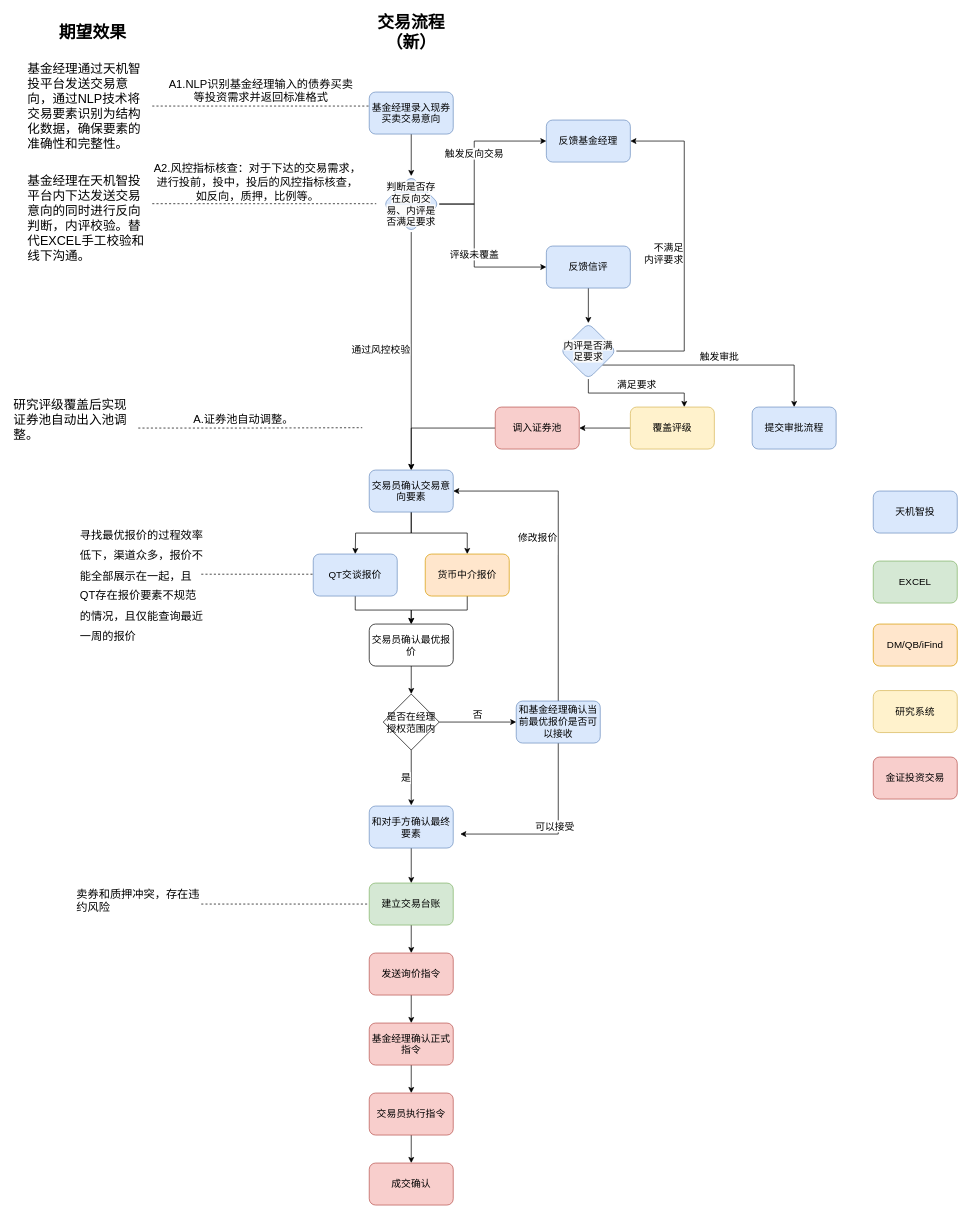
Earlier version of the draw.io diagram 现券交易流程图（新）.drawio (steven-turing/draw). Source tidied: cells renumbered, new cells numbered last; positions are measured from the earlier drawing's top-left corner, leaving out a move shared by most shapes. Both pictures are drawn from the tidied source at 70%, with x=0, y=0 at pixel (12, 22).
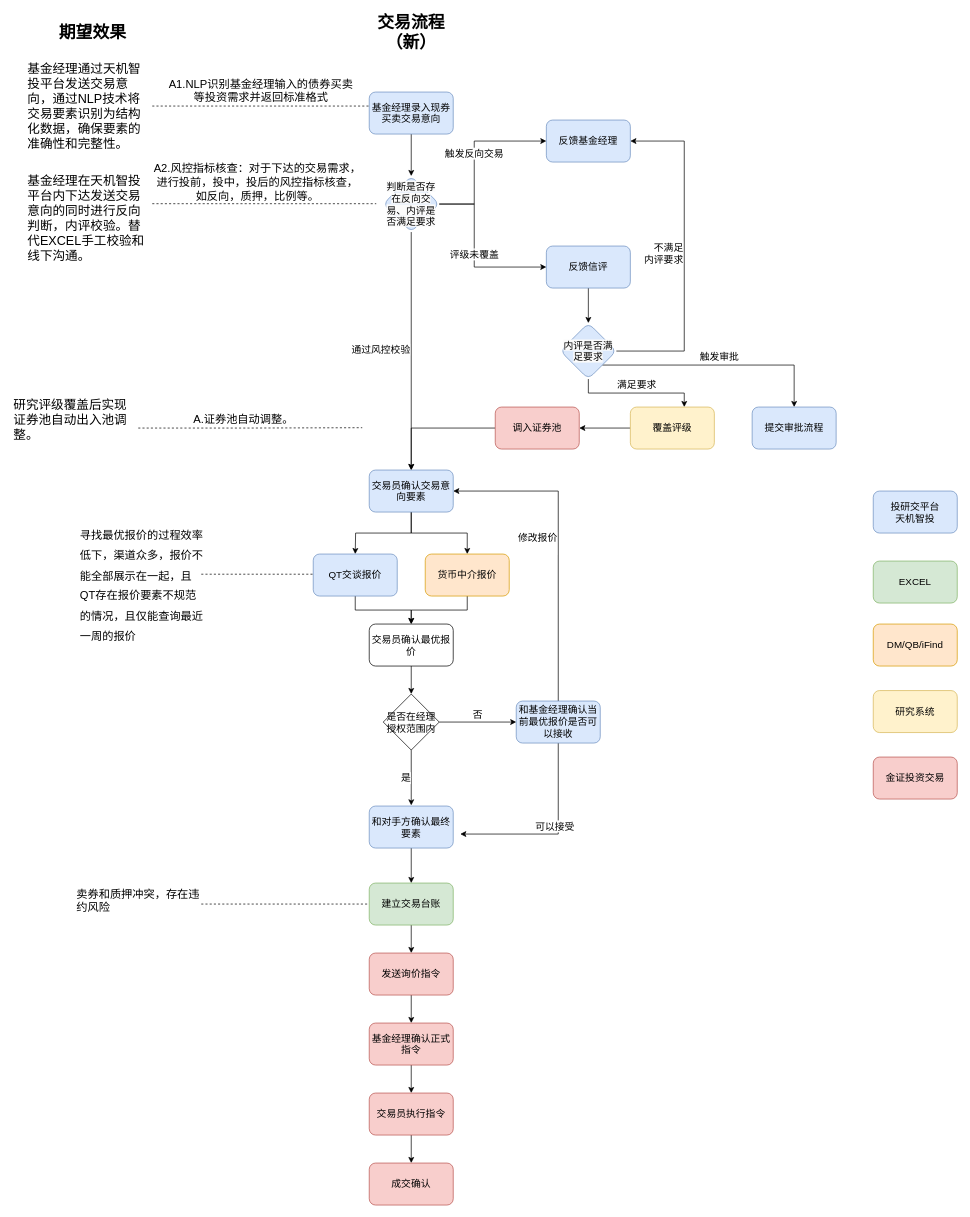
Above is the later version.

Commit message:
更新现券交易流程图（新）.drawio

Diff of the diagram source:
```diff
@@
-    <mxCell id="32" value="天机智投" style="rounded=1;whiteSpace=wrap;html=1;fillColor=#dae8fc;strokeColor=#6c8ebf;fontSize=14;" parent="1" vertex="1">
+    <mxCell id="32" value="投研交平台&lt;br&gt;天机智投" style="rounded=1;whiteSpace=wrap;html=1;fillColor=#dae8fc;strokeColor=#6c8ebf;fontSize=14;" parent="1" vertex="1">
       <mxGeometry x="1230" y="670" width="120" height="60" as="geometry" />
     </mxCell>
```
